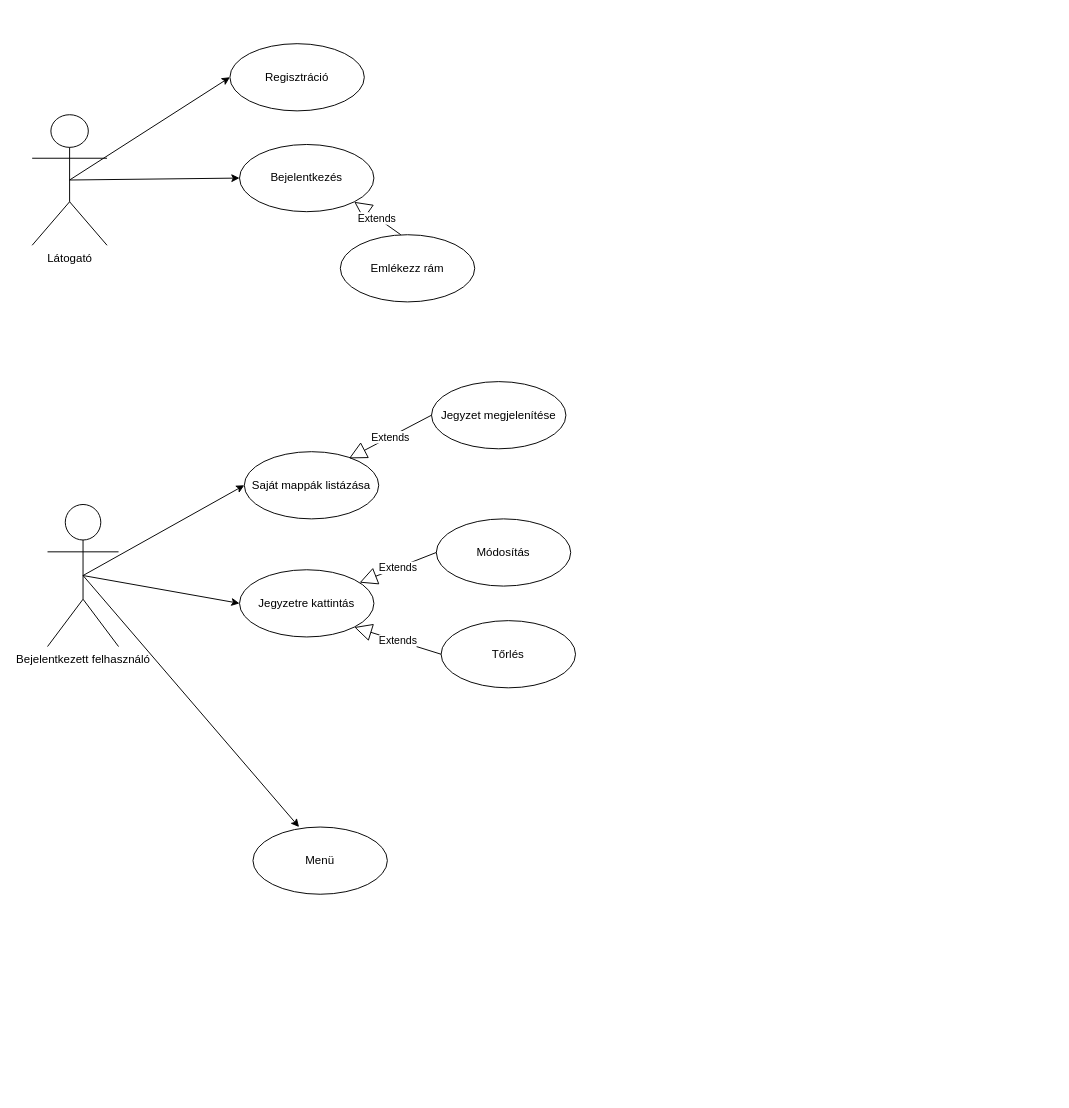
kocsist-git/UML keeps this draw.io diagram as page "use-case" (1 of 2) of ZH gyakorlo.drawio. Above is the earlier version. Source tidied: cells renumbered, new cells numbered last; positions are measured from the earlier drawing's top-left corner, leaving out a move shared by most shapes. Both pictures are drawn from the tidied source at 96%, with x=0, y=0 at pixel (32, 43).
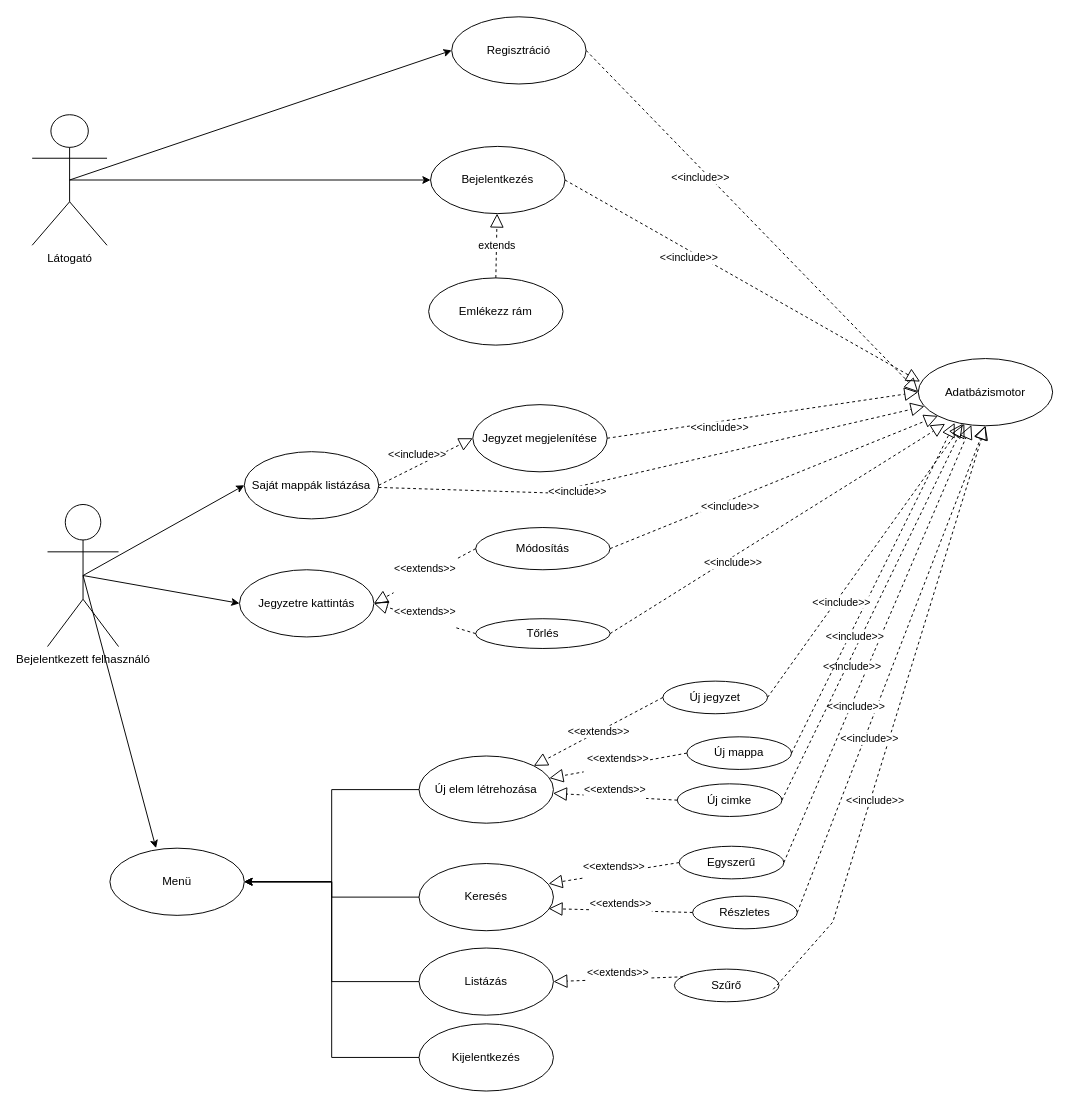
The same diagram, later.

The change refers to these unchanged cells:
```xml
<mxCell id="10" value="Saját mappák listázása" style="ellipse;whiteSpace=wrap;html=1;" parent="1" vertex="1">
  <mxGeometry x="221" y="425" width="140" height="70" as="geometry" />
</mxCell>
<mxCell id="13" value="Jegyzetre kattintás" style="ellipse;whiteSpace=wrap;html=1;" parent="1" vertex="1">
  <mxGeometry x="216" y="548" width="140" height="70" as="geometry" />
</mxCell>
```

Change to the diagram source:
```diff
@@
     <mxCell id="3" value="Regisztráció" style="ellipse;whiteSpace=wrap;html=1;" parent="1" vertex="1">
-      <mxGeometry x="206" width="140" height="70" as="geometry" />
+      <mxGeometry x="437" y="-28" width="140" height="70" as="geometry" />
     </mxCell>
     <mxCell id="4" value="Bejelentkezés" style="ellipse;whiteSpace=wrap;html=1;" parent="1" vertex="1">
-      <mxGeometry x="216" y="105" width="140" height="70" as="geometry" />
+      <mxGeometry x="415" y="107" width="140" height="70" as="geometry" />
     </mxCell>
     <mxCell id="5" value="Emlékezz rám" style="ellipse;whiteSpace=wrap;html=1;" parent="1" vertex="1">
-      <mxGeometry x="321" y="199" width="140" height="70" as="geometry" />
+      <mxGeometry x="413" y="244" width="140" height="70" as="geometry" />
     </mxCell>
-    <mxCell id="6" value="Extends" style="endArrow=block;endSize=16;endFill=0;html=1;rounded=0;exitX=0.45;exitY=0;exitDx=0;exitDy=0;exitPerimeter=0;entryX=1;entryY=1;entryDx=0;entryDy=0;" parent="1" edge="1" source="5" target="4">
-      <mxGeometry relative="1" as="geometry" />
-    </mxCell>
@@
     <mxCell id="11" value="Jegyzet megjelenítése" style="ellipse;whiteSpace=wrap;html=1;" parent="1" vertex="1">
-      <mxGeometry x="416" y="352" width="140" height="70" as="geometry" />
+      <mxGeometry x="459" y="376" width="140" height="70" as="geometry" />
     </mxCell>
-    <mxCell id="12" value="Extends" style="endArrow=block;endSize=16;endFill=0;html=1;rounded=0;exitX=0;exitY=0.5;exitDx=0;exitDy=0;entryX=0.779;entryY=0.1;entryDx=0;entryDy=0;entryPerimeter=0;" parent="1" edge="1" source="11" target="10">
-      <mxGeometry relative="1" as="geometry" />
-    </mxCell>
@@
     <mxCell id="14" value="Módosítás" style="ellipse;whiteSpace=wrap;html=1;" parent="1" vertex="1">
-      <mxGeometry x="421" y="495" width="140" height="70" as="geometry" />
+      <mxGeometry x="462" y="504" width="140" height="44" as="geometry" />
     </mxCell>
-    <mxCell id="15" value="Extends" style="endArrow=block;endSize=16;endFill=0;html=1;rounded=0;exitX=0;exitY=0.5;exitDx=0;exitDy=0;" parent="1" edge="1" source="14" target="13">
-      <mxGeometry relative="1" as="geometry" />
-    </mxCell>
     <mxCell id="16" value="Tőrlés" style="ellipse;whiteSpace=wrap;html=1;" parent="1" vertex="1">
-      <mxGeometry x="426" y="601" width="140" height="70" as="geometry" />
+      <mxGeometry x="462" y="599" width="140" height="31" as="geometry" />
     </mxCell>
-    <mxCell id="17" value="Extends" style="endArrow=block;endSize=16;endFill=0;html=1;rounded=0;exitX=0;exitY=0.5;exitDx=0;exitDy=0;entryX=1;entryY=1;entryDx=0;entryDy=0;" parent="1" edge="1" source="16" target="13">
-      <mxGeometry relative="1" as="geometry" />
-    </mxCell>
@@
     <mxCell id="20" value="Menü" style="ellipse;whiteSpace=wrap;html=1;" parent="1" vertex="1">
-      <mxGeometry x="230" y="816" width="140" height="70" as="geometry" />
+      <mxGeometry x="81" y="838" width="140" height="70" as="geometry" />
     </mxCell>
@@
+    <mxCell id="22" style="edgeStyle=orthogonalEdgeStyle;rounded=0;jettySize=auto;html=1;exitX=0;exitY=0.5;exitDx=0;exitDy=0;entryX=1;entryY=0.5;entryDx=0;entryDy=0;" parent="1" edge="1" source="23" target="20">
+      <mxGeometry relative="1" as="geometry" />
+    </mxCell>
+    <mxCell id="23" value="Új elem létrehozása" style="ellipse;whiteSpace=wrap;html=1;" parent="1" vertex="1">
+      <mxGeometry x="403" y="742" width="140" height="70" as="geometry" />
+    </mxCell>
+    <mxCell id="24" style="edgeStyle=orthogonalEdgeStyle;rounded=0;jettySize=auto;html=1;exitX=0;exitY=0.5;exitDx=0;exitDy=0;entryX=1;entryY=0.5;entryDx=0;entryDy=0;" parent="1" edge="1" source="25" target="20">
+      <mxGeometry relative="1" as="geometry" />
+    </mxCell>
+    <mxCell id="25" value="Keresés" style="ellipse;whiteSpace=wrap;html=1;" parent="1" vertex="1">
+      <mxGeometry x="403" y="854" width="140" height="70" as="geometry" />
+    </mxCell>
+    <mxCell id="26" style="edgeStyle=orthogonalEdgeStyle;rounded=0;jettySize=auto;html=1;exitX=0;exitY=0.5;exitDx=0;exitDy=0;entryX=1;entryY=0.5;entryDx=0;entryDy=0;" parent="1" edge="1" source="27" target="20">
+      <mxGeometry relative="1" as="geometry" />
+    </mxCell>
+    <mxCell id="27" value="Listázás" style="ellipse;whiteSpace=wrap;html=1;" parent="1" vertex="1">
+      <mxGeometry x="403" y="942" width="140" height="70" as="geometry" />
+    </mxCell>
+    <mxCell id="28" style="edgeStyle=orthogonalEdgeStyle;rounded=0;jettySize=auto;html=1;exitX=0;exitY=0.5;exitDx=0;exitDy=0;entryX=1;entryY=0.5;entryDx=0;entryDy=0;" parent="1" edge="1" source="29" target="20">
+      <mxGeometry relative="1" as="geometry" />
+    </mxCell>
+    <mxCell id="29" value="Kijelentkezés" style="ellipse;whiteSpace=wrap;html=1;" parent="1" vertex="1">
+      <mxGeometry x="403" y="1021" width="140" height="70" as="geometry" />
+    </mxCell>
+    <mxCell id="30" value="Új jegyzet" style="ellipse;whiteSpace=wrap;html=1;" parent="1" vertex="1">
+      <mxGeometry x="657" y="664" width="109" height="34" as="geometry" />
+    </mxCell>
+    <mxCell id="31" value="Új mappa" style="ellipse;whiteSpace=wrap;html=1;" parent="1" vertex="1">
+      <mxGeometry x="682" y="722" width="109" height="34" as="geometry" />
+    </mxCell>
+    <mxCell id="32" value="Új cimke" style="ellipse;whiteSpace=wrap;html=1;" parent="1" vertex="1">
+      <mxGeometry x="672" y="771" width="109" height="34" as="geometry" />
+    </mxCell>
+    <mxCell id="33" value="Egyszerű" style="ellipse;whiteSpace=wrap;html=1;" parent="1" vertex="1">
+      <mxGeometry x="674" y="836" width="109" height="34" as="geometry" />
+    </mxCell>
+    <mxCell id="34" value="Részletes" style="ellipse;whiteSpace=wrap;html=1;" parent="1" vertex="1">
+      <mxGeometry x="688" y="888" width="109" height="34" as="geometry" />
+    </mxCell>
+    <mxCell id="35" value="Szűrő" style="ellipse;whiteSpace=wrap;html=1;" parent="1" vertex="1">
+      <mxGeometry x="669" y="964" width="109" height="34" as="geometry" />
+    </mxCell>
+    <mxCell id="6" value="extends" style="endArrow=block;dashed=1;endFill=0;endSize=12;html=1;rounded=0;exitX=0.5;exitY=0;exitDx=0;exitDy=0;" parent="1" edge="1" source="5" target="4">
+      <mxGeometry relative="1" as="geometry" />
+    </mxCell>
+    <mxCell id="15" value="&#10;&lt;span style=&quot;color: rgb(0, 0, 0); font-family: Helvetica; font-size: 11px; font-style: normal; font-variant-ligatures: normal; font-variant-caps: normal; font-weight: 400; letter-spacing: normal; orphans: 2; text-align: center; text-indent: 0px; text-transform: none; widows: 2; word-spacing: 0px; -webkit-text-stroke-width: 0px; background-color: rgb(255, 255, 255); text-decoration-thickness: initial; text-decoration-style: initial; text-decoration-color: initial; float: none; display: inline !important;&quot;&gt;&amp;lt;&amp;lt;extends&amp;gt;&amp;gt;&lt;/span&gt;&#10;&#10;" style="endArrow=block;dashed=1;endFill=0;endSize=12;html=1;rounded=0;exitX=0;exitY=0.5;exitDx=0;exitDy=0;entryX=1;entryY=0.5;entryDx=0;entryDy=0;" parent="1" edge="1" source="14" target="13">
+      <mxGeometry relative="1" as="geometry" />
+    </mxCell>
+    <mxCell id="17" value="&#10;&lt;span style=&quot;color: rgb(0, 0, 0); font-family: Helvetica; font-size: 11px; font-style: normal; font-variant-ligatures: normal; font-variant-caps: normal; font-weight: 400; letter-spacing: normal; orphans: 2; text-align: center; text-indent: 0px; text-transform: none; widows: 2; word-spacing: 0px; -webkit-text-stroke-width: 0px; background-color: rgb(255, 255, 255); text-decoration-thickness: initial; text-decoration-style: initial; text-decoration-color: initial; float: none; display: inline !important;&quot;&gt;&amp;lt;&amp;lt;extends&amp;gt;&amp;gt;&lt;/span&gt;&#10;&#10;" style="endArrow=block;dashed=1;endFill=0;endSize=12;html=1;rounded=0;exitX=0;exitY=0.5;exitDx=0;exitDy=0;entryX=1;entryY=0.5;entryDx=0;entryDy=0;" parent="1" edge="1" source="16" target="13">
+      <mxGeometry relative="1" as="geometry" />
+    </mxCell>
+    <mxCell id="36" value="&amp;lt;&amp;lt;extends&amp;gt;&amp;gt;" style="endArrow=block;dashed=1;endFill=0;endSize=12;html=1;rounded=0;exitX=0;exitY=0.5;exitDx=0;exitDy=0;entryX=1;entryY=0;entryDx=0;entryDy=0;" parent="1" edge="1" source="30" target="23">
+      <mxGeometry relative="1" as="geometry" />
+    </mxCell>
+    <mxCell id="37" value="&#10;&lt;span style=&quot;color: rgb(0, 0, 0); font-family: Helvetica; font-size: 11px; font-style: normal; font-variant-ligatures: normal; font-variant-caps: normal; font-weight: 400; letter-spacing: normal; orphans: 2; text-align: center; text-indent: 0px; text-transform: none; widows: 2; word-spacing: 0px; -webkit-text-stroke-width: 0px; background-color: rgb(255, 255, 255); text-decoration-thickness: initial; text-decoration-style: initial; text-decoration-color: initial; float: none; display: inline !important;&quot;&gt;&amp;lt;&amp;lt;extends&amp;gt;&amp;gt;&lt;/span&gt;&#10;&#10;" style="endArrow=block;dashed=1;endFill=0;endSize=12;html=1;rounded=0;exitX=0;exitY=0.5;exitDx=0;exitDy=0;" parent="1" edge="1" source="31" target="23">
+      <mxGeometry relative="1" as="geometry" />
+    </mxCell>
+    <mxCell id="38" value="&#10;&lt;span style=&quot;color: rgb(0, 0, 0); font-family: Helvetica; font-size: 11px; font-style: normal; font-variant-ligatures: normal; font-variant-caps: normal; font-weight: 400; letter-spacing: normal; orphans: 2; text-align: center; text-indent: 0px; text-transform: none; widows: 2; word-spacing: 0px; -webkit-text-stroke-width: 0px; background-color: rgb(255, 255, 255); text-decoration-thickness: initial; text-decoration-style: initial; text-decoration-color: initial; float: none; display: inline !important;&quot;&gt;&amp;lt;&amp;lt;extends&amp;gt;&amp;gt;&lt;/span&gt;&#10;&#10;" style="endArrow=block;dashed=1;endFill=0;endSize=12;html=1;rounded=0;exitX=0;exitY=0.5;exitDx=0;exitDy=0;" parent="1" edge="1" source="32" target="23">
+      <mxGeometry relative="1" as="geometry" />
+    </mxCell>
+    <mxCell id="39" value="&#10;&lt;span style=&quot;color: rgb(0, 0, 0); font-family: Helvetica; font-size: 11px; font-style: normal; font-variant-ligatures: normal; font-variant-caps: normal; font-weight: 400; letter-spacing: normal; orphans: 2; text-align: center; text-indent: 0px; text-transform: none; widows: 2; word-spacing: 0px; -webkit-text-stroke-width: 0px; background-color: rgb(255, 255, 255); text-decoration-thickness: initial; text-decoration-style: initial; text-decoration-color: initial; float: none; display: inline !important;&quot;&gt;&amp;lt;&amp;lt;extends&amp;gt;&amp;gt;&lt;/span&gt;&#10;&#10;" style="endArrow=block;dashed=1;endFill=0;endSize=12;html=1;rounded=0;exitX=0;exitY=0.5;exitDx=0;exitDy=0;entryX=0.964;entryY=0.3;entryDx=0;entryDy=0;entryPerimeter=0;" parent="1" edge="1" source="33" target="25">
+      <mxGeometry relative="1" as="geometry" />
+    </mxCell>
+    <mxCell id="40" value="&#10;&lt;span style=&quot;color: rgb(0, 0, 0); font-family: Helvetica; font-size: 11px; font-style: normal; font-variant-ligatures: normal; font-variant-caps: normal; font-weight: 400; letter-spacing: normal; orphans: 2; text-align: center; text-indent: 0px; text-transform: none; widows: 2; word-spacing: 0px; -webkit-text-stroke-width: 0px; background-color: rgb(255, 255, 255); text-decoration-thickness: initial; text-decoration-style: initial; text-decoration-color: initial; float: none; display: inline !important;&quot;&gt;&amp;lt;&amp;lt;extends&amp;gt;&amp;gt;&lt;/span&gt;&#10;&#10;" style="endArrow=block;dashed=1;endFill=0;endSize=12;html=1;rounded=0;exitX=0;exitY=0.5;exitDx=0;exitDy=0;entryX=0.964;entryY=0.671;entryDx=0;entryDy=0;entryPerimeter=0;" parent="1" edge="1" source="34" target="25">
+      <mxGeometry relative="1" as="geometry" />
+    </mxCell>
+    <mxCell id="41" value="&#10;&lt;span style=&quot;color: rgb(0, 0, 0); font-family: Helvetica; font-size: 11px; font-style: normal; font-variant-ligatures: normal; font-variant-caps: normal; font-weight: 400; letter-spacing: normal; orphans: 2; text-align: center; text-indent: 0px; text-transform: none; widows: 2; word-spacing: 0px; -webkit-text-stroke-width: 0px; background-color: rgb(255, 255, 255); text-decoration-thickness: initial; text-decoration-style: initial; text-decoration-color: initial; float: none; display: inline !important;&quot;&gt;&amp;lt;&amp;lt;extends&amp;gt;&amp;gt;&lt;/span&gt;&#10;&#10;" style="endArrow=block;dashed=1;endFill=0;endSize=12;html=1;rounded=0;exitX=0.083;exitY=0.235;exitDx=0;exitDy=0;exitPerimeter=0;entryX=1;entryY=0.5;entryDx=0;entryDy=0;" parent="1" edge="1" source="35" target="27">
+      <mxGeometry relative="1" as="geometry" />
+    </mxCell>
+    <mxCell id="42" value="Adatbázismotor" style="ellipse;whiteSpace=wrap;html=1;" parent="1" vertex="1">
+      <mxGeometry x="923" y="328" width="140" height="70" as="geometry" />
+    </mxCell>
+    <mxCell id="43" value="&amp;lt;&amp;lt;include&amp;gt;&amp;gt;" style="endArrow=block;dashed=1;endFill=0;endSize=12;html=1;rounded=0;exitX=1;exitY=0.5;exitDx=0;exitDy=0;entryX=0;entryY=0.5;entryDx=0;entryDy=0;" parent="1" edge="1" source="3" target="42">
+      <mxGeometry x="-0.28" y="-6" relative="1" as="geometry">
+        <mxPoint x="-1" as="offset" />
+      </mxGeometry>
+    </mxCell>
+    <mxCell id="44" value="&amp;lt;&amp;lt;include&amp;gt;&amp;gt;" style="endArrow=block;dashed=1;endFill=0;endSize=12;html=1;rounded=0;exitX=1;exitY=0.5;exitDx=0;exitDy=0;entryX=0;entryY=0.5;entryDx=0;entryDy=0;" parent="1" edge="1" source="10" target="11">
+      <mxGeometry x="-0.09" y="11" relative="1" as="geometry" />
+    </mxCell>
+    <mxCell id="45" value="&amp;lt;&amp;lt;include&amp;gt;&amp;gt;" style="endArrow=block;dashed=1;endFill=0;endSize=12;html=1;rounded=0;exitX=1;exitY=0.5;exitDx=0;exitDy=0;entryX=0;entryY=0.5;entryDx=0;entryDy=0;" parent="1" edge="1" source="11" target="42">
+      <mxGeometry x="-0.28" y="-6" relative="1" as="geometry">
+        <mxPoint x="-1" as="offset" />
+      </mxGeometry>
+    </mxCell>
+    <mxCell id="46" value="&amp;lt;&amp;lt;include&amp;gt;&amp;gt;" style="endArrow=block;dashed=1;endFill=0;endSize=12;html=1;rounded=0;exitX=1;exitY=0.5;exitDx=0;exitDy=0;entryX=0;entryY=1;entryDx=0;entryDy=0;" parent="1" edge="1" source="14" target="42">
+      <mxGeometry x="-0.28" y="-6" relative="1" as="geometry">
+        <mxPoint x="-1" as="offset" />
+      </mxGeometry>
+    </mxCell>
+    <mxCell id="47" value="&amp;lt;&amp;lt;include&amp;gt;&amp;gt;" style="endArrow=block;dashed=1;endFill=0;endSize=12;html=1;rounded=0;exitX=1;exitY=0.5;exitDx=0;exitDy=0;entryX=0.2;entryY=0.971;entryDx=0;entryDy=0;entryPerimeter=0;" parent="1" edge="1" source="16" target="42">
+      <mxGeometry x="-0.28" y="-6" relative="1" as="geometry">
+        <mxPoint x="-1" as="offset" />
+      </mxGeometry>
+    </mxCell>
+    <mxCell id="48" value="&amp;lt;&amp;lt;include&amp;gt;&amp;gt;" style="endArrow=block;dashed=1;endFill=0;endSize=12;html=1;rounded=0;exitX=1;exitY=0.5;exitDx=0;exitDy=0;entryX=0.014;entryY=0.343;entryDx=0;entryDy=0;entryPerimeter=0;" parent="1" edge="1" source="4" target="42">
+      <mxGeometry x="-0.28" y="-6" relative="1" as="geometry">
+        <mxPoint x="-1" as="offset" />
+      </mxGeometry>
+    </mxCell>
+    <mxCell id="49" value="&amp;lt;&amp;lt;include&amp;gt;&amp;gt;" style="endArrow=block;dashed=1;endFill=0;endSize=12;html=1;rounded=0;entryX=0.5;entryY=1;entryDx=0;entryDy=0;exitX=0.945;exitY=0.618;exitDx=0;exitDy=0;exitPerimeter=0;" parent="1" edge="1" source="35" target="42">
+      <mxGeometry x="-0.28" y="-6" relative="1" as="geometry">
+        <Array as="points">
+          <mxPoint x="834" y="915" />
+        </Array>
+        <mxPoint x="-1" as="offset" />
+      </mxGeometry>
+    </mxCell>
+    <mxCell id="50" value="&amp;lt;&amp;lt;include&amp;gt;&amp;gt;" style="endArrow=block;dashed=1;endFill=0;endSize=12;html=1;rounded=0;exitX=1;exitY=0.5;exitDx=0;exitDy=0;entryX=0.5;entryY=1;entryDx=0;entryDy=0;" parent="1" edge="1" source="34" target="42">
+      <mxGeometry x="-0.28" y="-6" relative="1" as="geometry">
+        <mxPoint x="-1" as="offset" />
+      </mxGeometry>
+    </mxCell>
+    <mxCell id="51" value="&amp;lt;&amp;lt;include&amp;gt;&amp;gt;" style="endArrow=block;dashed=1;endFill=0;endSize=12;html=1;rounded=0;exitX=1;exitY=0.5;exitDx=0;exitDy=0;" parent="1" edge="1" source="33" target="42">
+      <mxGeometry x="-0.28" y="-6" relative="1" as="geometry">
+        <mxPoint x="-1" as="offset" />
+      </mxGeometry>
+    </mxCell>
+    <mxCell id="52" value="&amp;lt;&amp;lt;include&amp;gt;&amp;gt;" style="endArrow=block;dashed=1;endFill=0;endSize=12;html=1;rounded=0;exitX=1;exitY=0.5;exitDx=0;exitDy=0;entryX=0.343;entryY=0.971;entryDx=0;entryDy=0;entryPerimeter=0;" parent="1" edge="1" source="32" target="42">
+      <mxGeometry x="-0.28" y="-6" relative="1" as="geometry">
+        <mxPoint x="-1" as="offset" />
+      </mxGeometry>
+    </mxCell>
+    <mxCell id="53" value="&amp;lt;&amp;lt;include&amp;gt;&amp;gt;" style="endArrow=block;dashed=1;endFill=0;endSize=12;html=1;rounded=0;exitX=1;exitY=0.5;exitDx=0;exitDy=0;entryX=0.271;entryY=0.957;entryDx=0;entryDy=0;entryPerimeter=0;" parent="1" edge="1" source="31" target="42">
+      <mxGeometry x="-0.28" y="-6" relative="1" as="geometry">
+        <mxPoint x="-1" as="offset" />
+      </mxGeometry>
+    </mxCell>
+    <mxCell id="54" value="&amp;lt;&amp;lt;include&amp;gt;&amp;gt;" style="endArrow=block;dashed=1;endFill=0;endSize=12;html=1;rounded=0;exitX=1;exitY=0.5;exitDx=0;exitDy=0;" parent="1" edge="1" source="30" target="42">
+      <mxGeometry x="-0.28" y="-6" relative="1" as="geometry">
+        <mxPoint x="-1" as="offset" />
+      </mxGeometry>
+    </mxCell>
+    <mxCell id="55" value="&amp;lt;&amp;lt;include&amp;gt;&amp;gt;" style="endArrow=block;dashed=1;endFill=0;endSize=12;html=1;rounded=0;" parent="1" edge="1" source="10" target="42">
+      <mxGeometry x="-0.28" y="-6" relative="1" as="geometry">
+        <Array as="points">
+          <mxPoint x="540" y="468" />
+        </Array>
+        <mxPoint x="-1" as="offset" />
+      </mxGeometry>
+    </mxCell>
```
